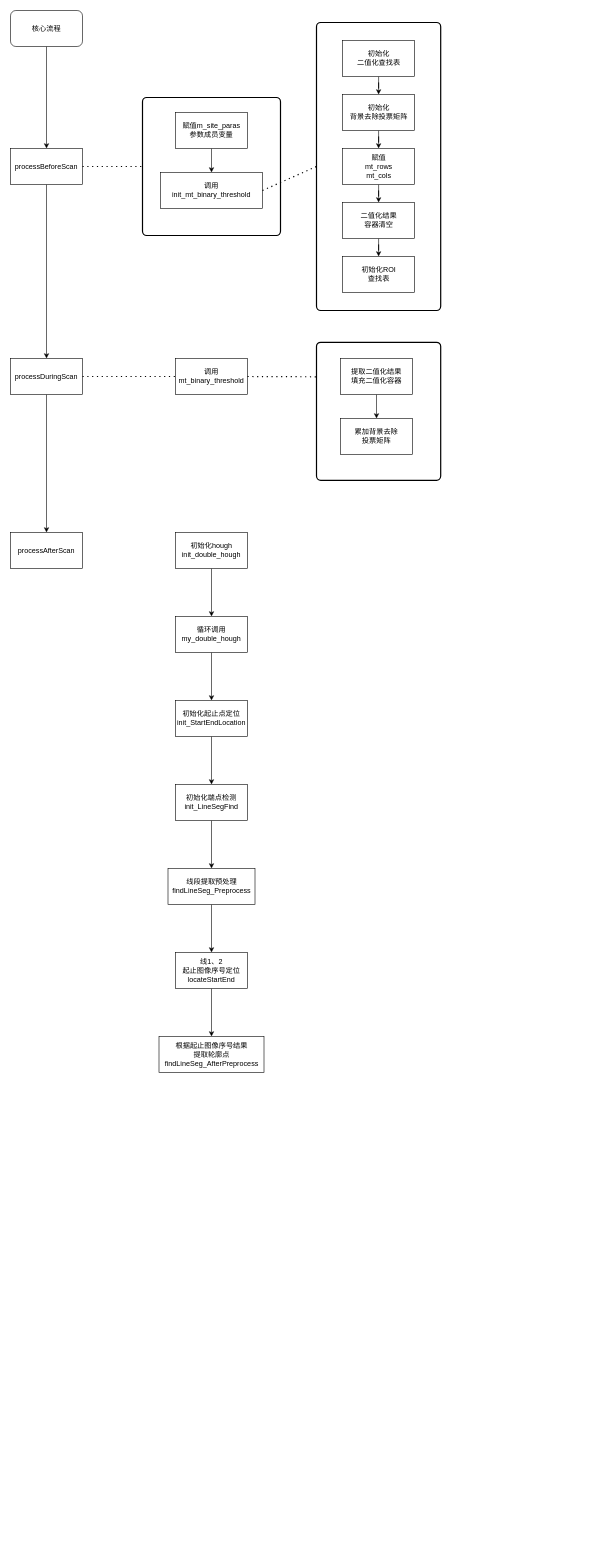
The draw.io diagram ZMJ新算法调用流程.drawio in liujj05/flowChart, before the edit. Source tidied: cells renumbered, new cells numbered last; positions are measured from the earlier drawing's top-left corner, leaving out a move shared by most shapes. Both pictures are drawn from the tidied source at 60%, with x=0, y=0 at pixel (10, 10).
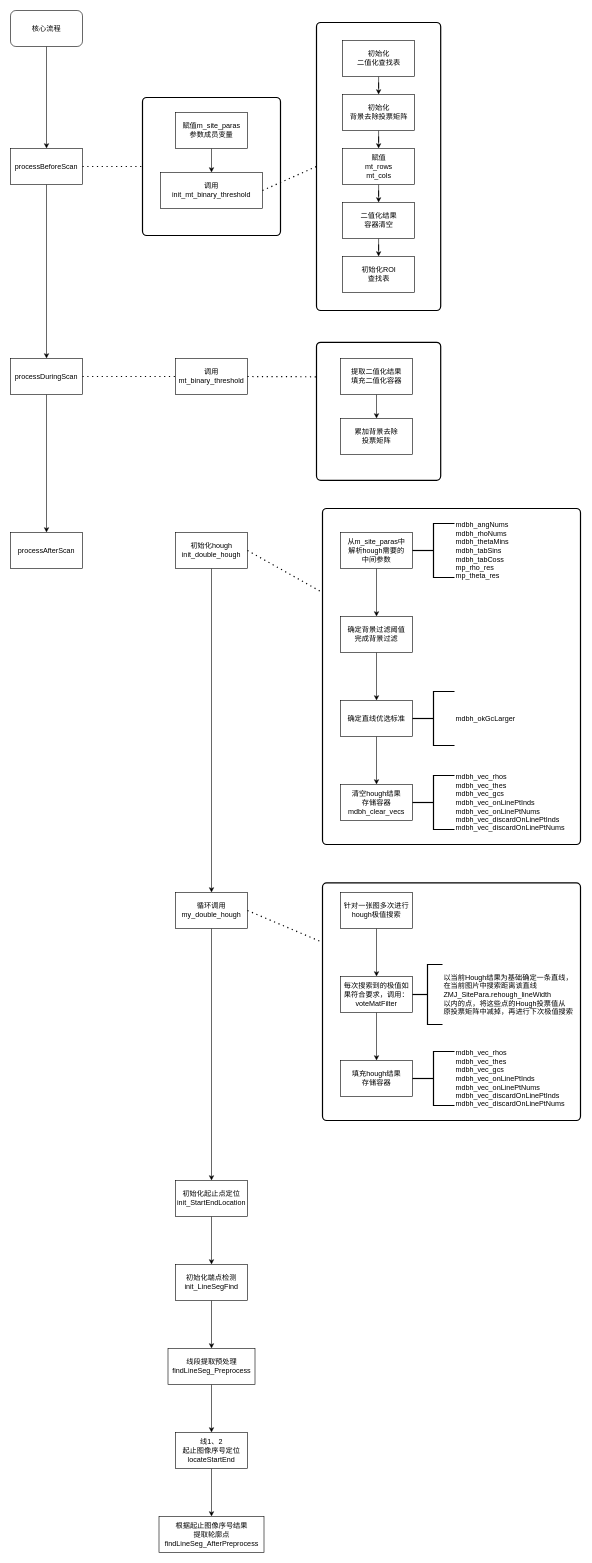
The same page after the edit.

Commit message (it also covers changes not shown here):
Update ZMJ新算法调用流程.drawio

The change refers to these unchanged cells:
```xml
<mxCell id="37" value="初始化hough&lt;br&gt;init_double_hough" style="rounded=0;whiteSpace=wrap;html=1;" parent="1" vertex="1">
  <mxGeometry x="275" y="870" width="120" height="60" as="geometry" />
</mxCell>
```

Diff of the diagram source:
```diff
@@
+    <mxCell id="45" style="rounded=1;whiteSpace=wrap;html=1;absoluteArcSize=1;arcSize=14;strokeWidth=2;" parent="1" vertex="1">
+      <mxGeometry x="520" y="1454" width="430" height="396" as="geometry" />
+    </mxCell>
+    <mxCell id="46" style="rounded=1;whiteSpace=wrap;html=1;absoluteArcSize=1;arcSize=14;strokeWidth=2;" parent="1" vertex="1">
+      <mxGeometry x="520" y="830" width="430" height="560" as="geometry" />
+    </mxCell>
@@
     <mxCell id="33" value="循环调用&lt;br&gt;my_double_hough" style="rounded=0;whiteSpace=wrap;html=1;" parent="1" vertex="1">
-      <mxGeometry x="275" y="1010" width="120" height="60" as="geometry" />
+      <mxGeometry x="275" y="1470" width="120" height="60" as="geometry" />
     </mxCell>
@@
     <mxCell id="35" value="初始化起止点定位&lt;br&gt;init_StartEndLocation" style="whiteSpace=wrap;html=1;rounded=0;" parent="1" vertex="1">
-      <mxGeometry x="275" y="1150" width="120" height="60" as="geometry" />
+      <mxGeometry x="275" y="1950" width="120" height="60" as="geometry" />
     </mxCell>
@@
     <mxCell id="39" value="初始化端点检测&lt;br&gt;init_LineSegFind" style="whiteSpace=wrap;html=1;rounded=0;" parent="1" vertex="1">
-      <mxGeometry x="275" y="1290" width="120" height="60" as="geometry" />
+      <mxGeometry x="275" y="2090" width="120" height="60" as="geometry" />
     </mxCell>
@@
     <mxCell id="41" value="线段提取预处理&lt;br&gt;findLineSeg_Preprocess" style="whiteSpace=wrap;html=1;rounded=0;" parent="1" vertex="1">
-      <mxGeometry x="262.5" y="1430" width="145" height="60" as="geometry" />
+      <mxGeometry x="262.5" y="2230" width="145" height="60" as="geometry" />
     </mxCell>
@@
     <mxCell id="43" value="线1、2&lt;br&gt;起止图像序号定位&lt;br&gt;locateStartEnd" style="whiteSpace=wrap;html=1;rounded=0;" parent="1" vertex="1">
-      <mxGeometry x="275" y="1570" width="120" height="60" as="geometry" />
+      <mxGeometry x="275" y="2370" width="120" height="60" as="geometry" />
     </mxCell>
     <mxCell id="44" value="根据起止图像序号结果&lt;br&gt;提取轮廓点&lt;br&gt;findLineSeg_AfterPreprocess" style="whiteSpace=wrap;html=1;rounded=0;" parent="1" vertex="1">
-      <mxGeometry x="247.5" y="1710" width="175" height="60" as="geometry" />
+      <mxGeometry x="247.5" y="2510" width="175" height="60" as="geometry" />
     </mxCell>
+    <mxCell id="47" style="edgeStyle=orthogonalEdgeStyle;rounded=0;jettySize=auto;html=1;" parent="1" edge="1" source="48" target="50">
+      <mxGeometry relative="1" as="geometry" />
+    </mxCell>
+    <mxCell id="48" value="从m_site_paras中&lt;br&gt;解析hough需要的&lt;br&gt;中间参数" style="rounded=0;whiteSpace=wrap;html=1;" parent="1" vertex="1">
+      <mxGeometry x="550" y="870" width="120" height="60" as="geometry" />
+    </mxCell>
+    <mxCell id="49" style="edgeStyle=orthogonalEdgeStyle;rounded=0;jettySize=auto;html=1;" parent="1" edge="1" source="50" target="52">
+      <mxGeometry relative="1" as="geometry" />
+    </mxCell>
+    <mxCell id="50" value="确定背景过滤阈值&lt;br&gt;完成背景过滤" style="whiteSpace=wrap;html=1;rounded=0;" parent="1" vertex="1">
+      <mxGeometry x="550" y="1010" width="120" height="60" as="geometry" />
+    </mxCell>
+    <mxCell id="51" style="edgeStyle=orthogonalEdgeStyle;rounded=0;jettySize=auto;html=1;" parent="1" edge="1" source="52" target="53">
+      <mxGeometry relative="1" as="geometry" />
+    </mxCell>
+    <mxCell id="52" value="确定直线优选标准" style="whiteSpace=wrap;html=1;rounded=0;" parent="1" vertex="1">
+      <mxGeometry x="550" y="1150" width="120" height="60" as="geometry" />
+    </mxCell>
+    <mxCell id="53" value="清空hough结果&lt;br&gt;存储容器&lt;br&gt;mdbh_clear_vecs" style="whiteSpace=wrap;html=1;rounded=0;" parent="1" vertex="1">
+      <mxGeometry x="550" y="1290" width="120" height="60" as="geometry" />
+    </mxCell>
+    <mxCell id="54" value="mdbh_angNums&lt;br&gt;mdbh_rhoNums&lt;br&gt;mdbh_thetaMins&lt;br&gt;mdbh_tabSins&lt;br&gt;mdbh_tabCoss&lt;br&gt;mp_rho_res&lt;br&gt;mp_theta_res" style="strokeWidth=2;html=1;shape=mxgraph.flowchart.annotation_2;align=left;labelPosition=right;" parent="1" vertex="1">
+      <mxGeometry x="670" y="855" width="70" height="90" as="geometry" />
+    </mxCell>
+    <mxCell id="55" value="mdbh_okGcLarger" style="strokeWidth=2;html=1;shape=mxgraph.flowchart.annotation_2;align=left;labelPosition=right;" parent="1" vertex="1">
+      <mxGeometry x="670" y="1135" width="70" height="90" as="geometry" />
+    </mxCell>
+    <mxCell id="56" value="mdbh_vec_rhos&lt;br&gt;mdbh_vec_thes&lt;br&gt;mdbh_vec_gcs&lt;br&gt;mdbh_vec_onLinePtInds&lt;br&gt;mdbh_vec_onLinePtNums&lt;br&gt;mdbh_vec_discardOnLinePtInds&lt;br&gt;mdbh_vec_discardOnLinePtNums" style="strokeWidth=2;html=1;shape=mxgraph.flowchart.annotation_2;align=left;labelPosition=right;" parent="1" vertex="1">
+      <mxGeometry x="670" y="1275" width="70" height="90" as="geometry" />
+    </mxCell>
+    <mxCell id="57" style="endArrow=none;dashed=1;html=1;dashPattern=1 3;strokeWidth=2;exitX=1;exitY=0.5;exitDx=0;exitDy=0;entryX=0;entryY=0.25;entryDx=0;entryDy=0;" parent="1" edge="1" source="37" target="46">
+      <mxGeometry relative="1" as="geometry" />
+    </mxCell>
+    <mxCell id="58" value="填充hough结果&lt;br&gt;存储容器" style="rounded=0;whiteSpace=wrap;html=1;" parent="1" vertex="1">
+      <mxGeometry x="550" y="1750" width="120" height="60" as="geometry" />
+    </mxCell>
+    <mxCell id="59" style="edgeStyle=orthogonalEdgeStyle;rounded=0;jettySize=auto;html=1;" parent="1" edge="1" source="60" target="62">
+      <mxGeometry relative="1" as="geometry" />
+    </mxCell>
+    <mxCell id="60" value="针对一张图多次进行&lt;br&gt;hough极值搜索" style="rounded=0;whiteSpace=wrap;html=1;" parent="1" vertex="1">
+      <mxGeometry x="550" y="1470" width="120" height="60" as="geometry" />
+    </mxCell>
+    <mxCell id="61" style="edgeStyle=orthogonalEdgeStyle;rounded=0;jettySize=auto;html=1;" parent="1" edge="1" source="62" target="58">
+      <mxGeometry relative="1" as="geometry" />
+    </mxCell>
+    <mxCell id="62" value="每次搜索到的极值如果符合要求，调用：&lt;br&gt;voteMatFilter" style="whiteSpace=wrap;html=1;rounded=0;" parent="1" vertex="1">
+      <mxGeometry x="550" y="1610" width="120" height="60" as="geometry" />
+    </mxCell>
+    <mxCell id="63" value="mdbh_vec_rhos&lt;br&gt;mdbh_vec_thes&lt;br&gt;mdbh_vec_gcs&lt;br&gt;mdbh_vec_onLinePtInds&lt;br&gt;mdbh_vec_onLinePtNums&lt;br&gt;mdbh_vec_discardOnLinePtInds&lt;br&gt;mdbh_vec_discardOnLinePtNums" style="strokeWidth=2;html=1;shape=mxgraph.flowchart.annotation_2;align=left;labelPosition=right;" parent="1" vertex="1">
+      <mxGeometry x="670" y="1735" width="70" height="90" as="geometry" />
+    </mxCell>
+    <mxCell id="64" style="endArrow=none;dashed=1;html=1;dashPattern=1 3;strokeWidth=2;exitX=1;exitY=0.5;exitDx=0;exitDy=0;entryX=0;entryY=0.25;entryDx=0;entryDy=0;" parent="1" edge="1" source="33" target="45">
+      <mxGeometry relative="1" as="geometry" />
+    </mxCell>
+    <mxCell id="65" value="以当前Hough结果为基础确定一条直线，&lt;br&gt;在当前图片中搜索距离该直线&lt;br&gt;ZMJ_SitePara.rehough_lineWidth&lt;br&gt;以内的点，将这些点的Hough投票值从&lt;br&gt;原投票矩阵中减掉，再进行下次极值搜索" style="strokeWidth=2;html=1;shape=mxgraph.flowchart.annotation_2;align=left;labelPosition=right;" parent="1" vertex="1">
+      <mxGeometry x="670" y="1590" width="50" height="100" as="geometry" />
+    </mxCell>
```
